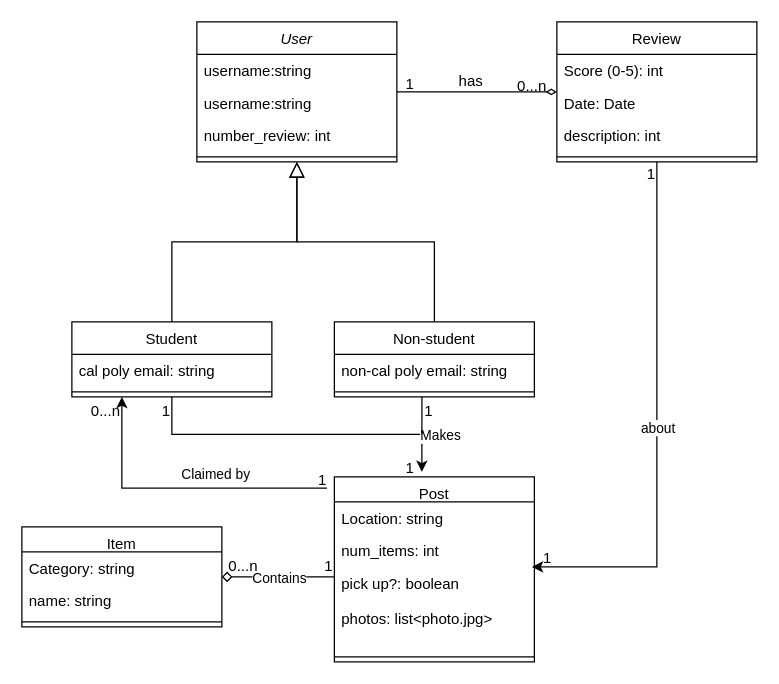
Before: free_stuff.drawio in rrios07/free_stuff, a draw.io diagram. Source tidied: cells renumbered, new cells numbered last; positions are measured from the earlier drawing's top-left corner, leaving out a move shared by most shapes. Both pictures are drawn from the tidied source at 125%, with x=0, y=0 at pixel (21, 21).
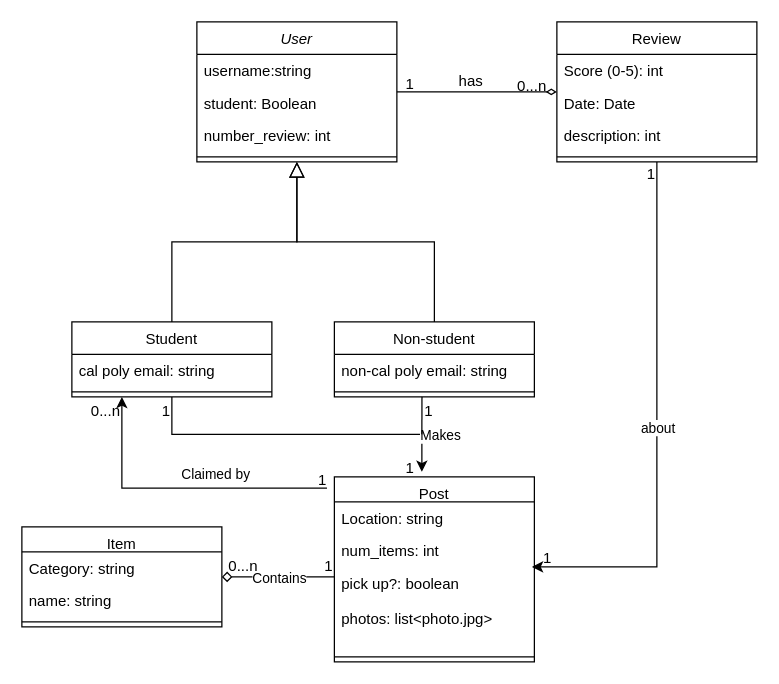
The same diagram, later.

Unchanged cells that the change refers to:
```xml
<mxCell id="2" value="User" style="swimlane;fontStyle=2;align=center;verticalAlign=top;horizontal=1;startSize=26;rounded=0;shadow=0;strokeWidth=1;" parent="1" vertex="1">
  <mxGeometry x="140" width="160" height="112" as="geometry" />
</mxCell>
```

Change to the diagram source:
```diff
@@
-    <mxCell id="4" value="username:string" style="text;align=left;verticalAlign=top;spacingLeft=4;spacingRight=4;overflow=hidden;" parent="2" vertex="1">
+    <mxCell id="4" value="student: Boolean" style="text;align=left;verticalAlign=top;spacingLeft=4;spacingRight=4;overflow=hidden;" parent="2" vertex="1">
       <mxGeometry y="52" width="160" height="26" as="geometry" />
     </mxCell>
```
